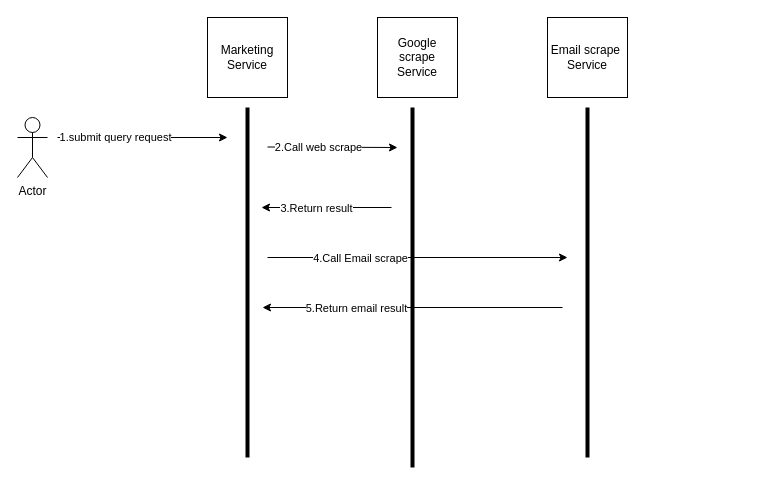
This is doc/Interaction.drawio from robertzengcn/marketing, a draw.io file, before an edit. Source tidied: cells renumbered, new cells numbered last; positions are measured from the earlier drawing's top-left corner, leaving out a move shared by most shapes. Both pictures are drawn from the tidied source at 100%, with x=0, y=0 at pixel (17, 17).
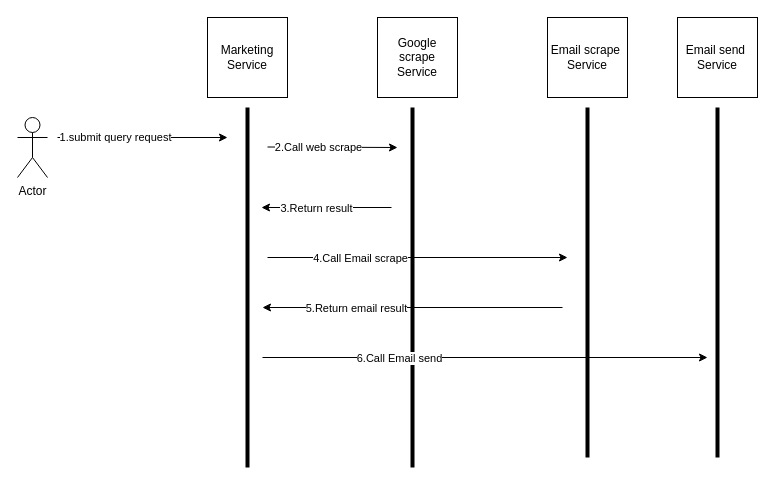
Above is the later version.

What changed in the source:
```diff
@@
     <mxCell id="6" style="line;strokeWidth=4;direction=south;html=1;perimeter=backbonePerimeter;" parent="1" vertex="1">
-      <mxGeometry x="225" y="90" width="10" height="350" as="geometry" />
+      <mxGeometry x="225" y="90" width="10" height="360" as="geometry" />
     </mxCell>
@@
+    <mxCell id="19" value="Email send&amp;nbsp;&lt;br&gt;Service" style="whiteSpace=wrap;html=1;" parent="1" vertex="1">
+      <mxGeometry x="660" width="80" height="80" as="geometry" />
+    </mxCell>
+    <mxCell id="20" style="endArrow=classic;html=1;" parent="1" edge="1">
+      <mxGeometry relative="1" as="geometry">
+        <mxPoint x="245" y="340" as="sourcePoint" />
+        <mxPoint x="690" y="340" as="targetPoint" />
+      </mxGeometry>
+    </mxCell>
+    <mxCell id="21" value="6.Call Email send" style="edgeLabel;html=1;align=center;verticalAlign=middle;" parent="20" vertex="1">
+      <mxGeometry x="-0.39" relative="1" as="geometry" />
+    </mxCell>
+    <mxCell id="22" style="line;strokeWidth=4;direction=south;html=1;perimeter=backbonePerimeter;" parent="1" vertex="1">
+      <mxGeometry x="695" y="90" width="10" height="350" as="geometry" />
+    </mxCell>
```
